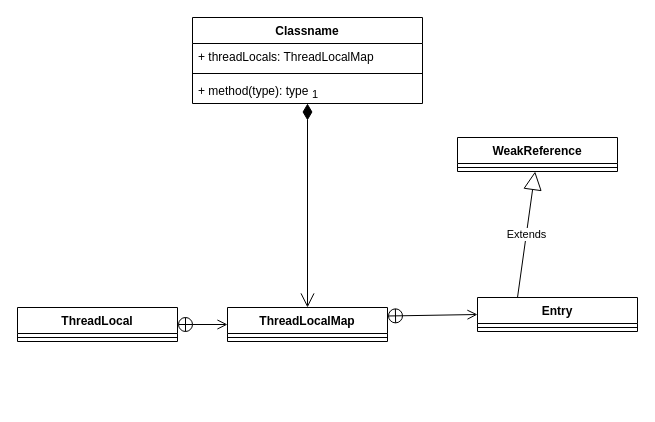
Before: graphics/ThreadLocal.drawio in xiaomingcong/learnAlgorithm, a draw.io diagram. Source tidied: cells renumbered, new cells numbered last; positions are measured from the earlier drawing's top-left corner, leaving out a move shared by most shapes. Both pictures are drawn from the tidied source at 100%, with x=0, y=0 at pixel (17, 17).
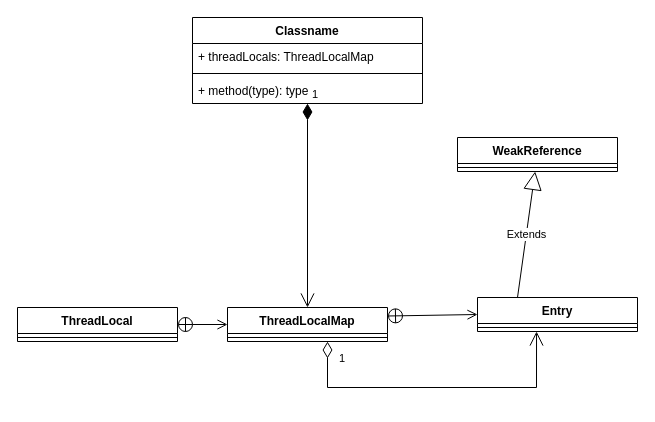
After the change.

The change refers to these unchanged cells:
```xml
<mxCell id="5" value="ThreadLocalMap" style="swimlane;fontStyle=1;align=center;verticalAlign=top;horizontal=1;startSize=26;" parent="1" vertex="1">
  <mxGeometry x="210" y="290" width="160" height="34" as="geometry" />
</mxCell>
<mxCell id="9" style="line;strokeWidth=1;fillColor=none;align=left;verticalAlign=middle;spacingTop=-1;spacingLeft=3;spacingRight=3;labelPosition=right;points=[];portConstraint=eastwest;strokeColor=inherit;" parent="8" vertex="1">
  <mxGeometry y="26" width="160" height="8" as="geometry" />
</mxCell>
```

Change to the diagram source:
```diff
@@
+    <mxCell id="18" value="1" style="endArrow=open;html=1;endSize=12;startArrow=diamondThin;startSize=14;startFill=0;edgeStyle=orthogonalEdgeStyle;align=left;verticalAlign=bottom;rounded=0;entryX=0.369;entryY=1;entryDx=0;entryDy=0;entryPerimeter=0;" parent="1" edge="1" source="5" target="9">
+      <mxGeometry x="-0.83" y="10" relative="1" as="geometry">
+        <Array as="points">
+          <mxPoint x="310" y="370" />
+          <mxPoint x="519" y="370" />
+        </Array>
+      </mxGeometry>
+    </mxCell>
```
